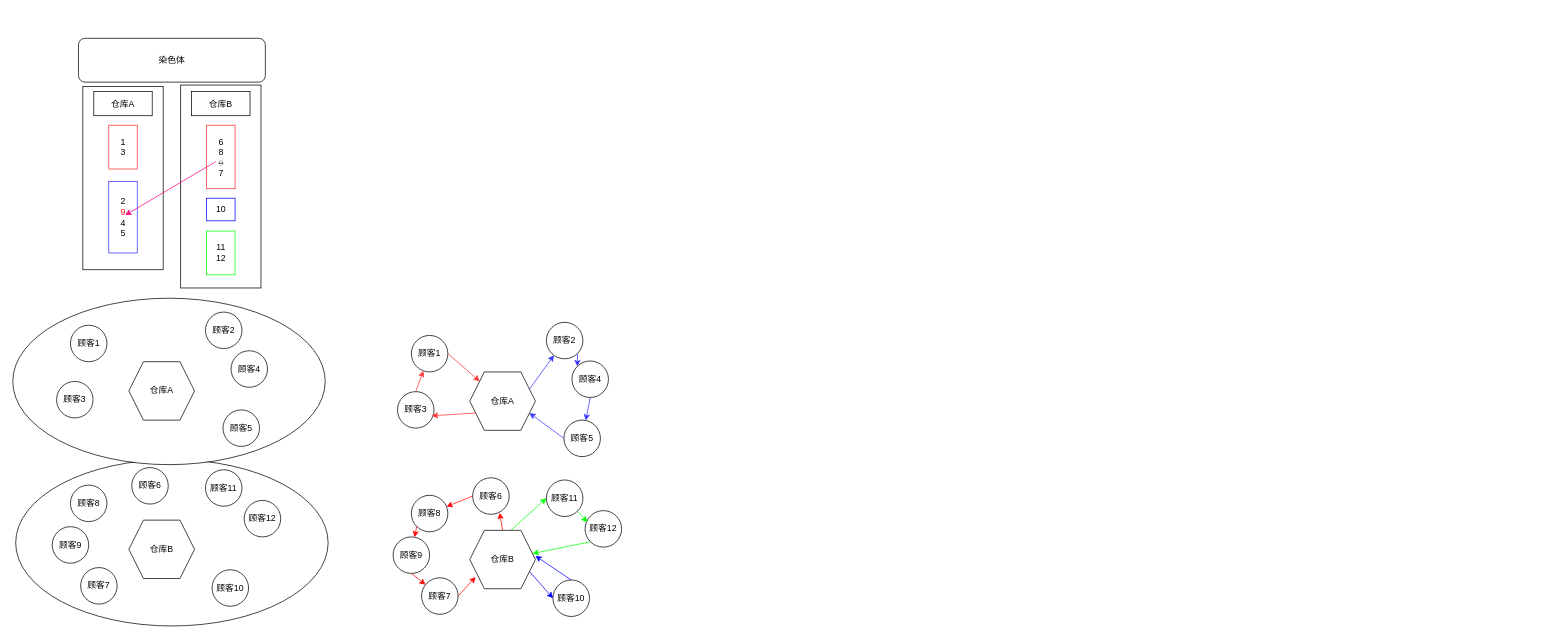
Earlier version of the draw.io diagram demo/染色体2.drawio (BoningZ/draw.io). Source tidied: cells renumbered, new cells numbered last; positions are measured from the earlier drawing's top-left corner, leaving out a move shared by most shapes. Both pictures are drawn from the tidied source at 73%, with x=0, y=0 at pixel (12, 38).
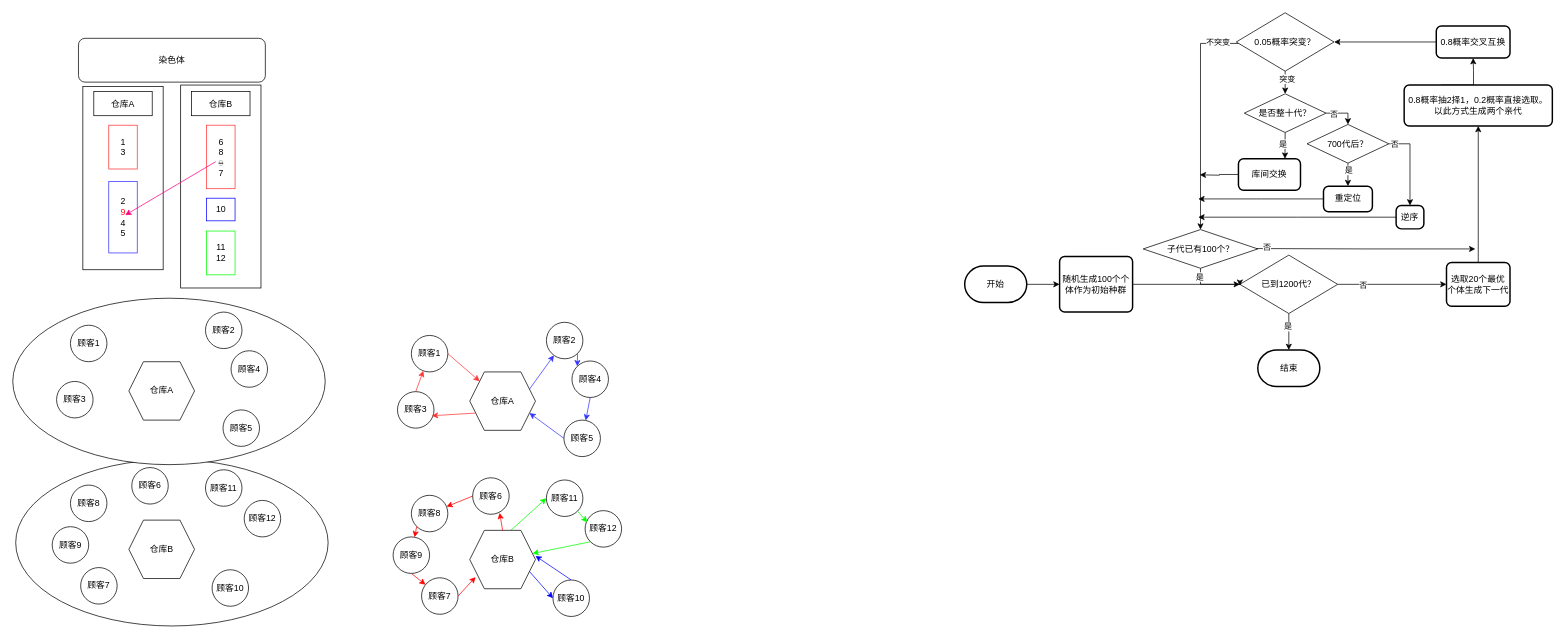
The same page after the edit.

Commit message (it also covers changes not shown here):
更新染色体2.drawio

Diff of the diagram source:
```diff
@@
+    <mxCell id="60" style="edgeStyle=orthogonalEdgeStyle;rounded=0;jettySize=auto;html=1;exitX=1;exitY=0.5;exitDx=0;exitDy=0;exitPerimeter=0;" parent="1" edge="1" source="61" target="63">
+      <mxGeometry relative="1" as="geometry" />
+    </mxCell>
+    <mxCell id="61" value="开始" style="strokeWidth=2;html=1;shape=mxgraph.flowchart.terminator;whiteSpace=wrap;" parent="1" vertex="1">
+      <mxGeometry x="1304" y="312" width="85" height="50" as="geometry" />
+    </mxCell>
+    <mxCell id="62" style="edgeStyle=orthogonalEdgeStyle;rounded=0;jettySize=auto;html=1;exitX=1;exitY=0.5;exitDx=0;exitDy=0;entryX=0;entryY=0.5;entryDx=0;entryDy=0;" parent="1" edge="1" source="63" target="70">
+      <mxGeometry relative="1" as="geometry" />
+    </mxCell>
+    <mxCell id="63" value="随机生成100个个体作为初始种群" style="rounded=1;whiteSpace=wrap;html=1;absoluteArcSize=1;arcSize=14;strokeWidth=2;" parent="1" vertex="1">
+      <mxGeometry x="1434" y="299" width="100" height="76" as="geometry" />
+    </mxCell>
+    <mxCell id="64" style="edgeStyle=orthogonalEdgeStyle;rounded=0;jettySize=auto;html=1;exitX=0.5;exitY=0;exitDx=0;exitDy=0;entryX=0.5;entryY=1;entryDx=0;entryDy=0;" parent="1" edge="1" source="65" target="73">
+      <mxGeometry relative="1" as="geometry" />
+    </mxCell>
+    <mxCell id="65" value="选取20个最优个体生成下一代" style="rounded=1;whiteSpace=wrap;html=1;absoluteArcSize=1;arcSize=14;strokeWidth=2;" parent="1" vertex="1">
+      <mxGeometry x="1964" y="307" width="87" height="60" as="geometry" />
+    </mxCell>
+    <mxCell id="66" style="edgeStyle=orthogonalEdgeStyle;rounded=0;jettySize=auto;html=1;exitX=1;exitY=0.5;exitDx=0;exitDy=0;entryX=0;entryY=0.5;entryDx=0;entryDy=0;" parent="1" edge="1" source="70" target="65">
+      <mxGeometry relative="1" as="geometry" />
+    </mxCell>
+    <mxCell id="67" value="否" style="edgeLabel;html=1;align=center;verticalAlign=middle;" parent="66" vertex="1">
+      <mxGeometry x="-0.55" y="-1" relative="1" as="geometry" />
+    </mxCell>
+    <mxCell id="68" style="edgeStyle=orthogonalEdgeStyle;rounded=0;jettySize=auto;html=1;exitX=0.5;exitY=1;exitDx=0;exitDy=0;entryX=0.5;entryY=0;entryDx=0;entryDy=0;entryPerimeter=0;" parent="1" edge="1" source="70" target="71">
+      <mxGeometry relative="1" as="geometry" />
+    </mxCell>
+    <mxCell id="69" value="是" style="edgeLabel;html=1;align=center;verticalAlign=middle;" parent="68" vertex="1">
+      <mxGeometry x="0.06" y="-2" relative="1" as="geometry">
+        <mxPoint y="-10" as="offset" />
+      </mxGeometry>
+    </mxCell>
+    <mxCell id="70" value="已到1200代？" style="rhombus;whiteSpace=wrap;html=1;" parent="1" vertex="1">
+      <mxGeometry x="1681" y="297" width="134" height="80" as="geometry" />
+    </mxCell>
+    <mxCell id="71" value="结束" style="strokeWidth=2;html=1;shape=mxgraph.flowchart.terminator;whiteSpace=wrap;" parent="1" vertex="1">
+      <mxGeometry x="1705.5" y="427" width="85" height="50" as="geometry" />
+    </mxCell>
+    <mxCell id="72" style="edgeStyle=orthogonalEdgeStyle;rounded=0;jettySize=auto;html=1;exitX=0.25;exitY=0;exitDx=0;exitDy=0;entryX=0.5;entryY=1;entryDx=0;entryDy=0;" parent="1" edge="1" source="73" target="75">
+      <mxGeometry relative="1" as="geometry">
+        <Array as="points">
+          <mxPoint x="2001" y="64" />
+          <mxPoint x="2001" y="44" />
+        </Array>
+      </mxGeometry>
+    </mxCell>
+    <mxCell id="73" value="0.8概率抽2择1，0.2概率直接选取。&lt;div&gt;以此方式生成两个亲代&lt;/div&gt;" style="rounded=1;whiteSpace=wrap;html=1;absoluteArcSize=1;arcSize=14;strokeWidth=2;" parent="1" vertex="1">
+      <mxGeometry x="1906" y="64" width="203" height="56" as="geometry" />
+    </mxCell>
+    <mxCell id="74" style="edgeStyle=orthogonalEdgeStyle;rounded=0;jettySize=auto;html=1;entryX=1;entryY=0.5;entryDx=0;entryDy=0;" parent="1" edge="1" source="75" target="78">
+      <mxGeometry relative="1" as="geometry" />
+    </mxCell>
+    <mxCell id="75" value="0.8概率交叉互换" style="rounded=1;whiteSpace=wrap;html=1;absoluteArcSize=1;arcSize=14;strokeWidth=2;" parent="1" vertex="1">
+      <mxGeometry x="1950" y="-17" width="101" height="44" as="geometry" />
+    </mxCell>
+    <mxCell id="76" style="edgeStyle=orthogonalEdgeStyle;rounded=0;jettySize=auto;html=1;entryX=0.5;entryY=0;entryDx=0;entryDy=0;" parent="1" edge="1" source="78" target="99">
+      <mxGeometry relative="1" as="geometry">
+        <Array as="points">
+          <mxPoint x="1627" y="7" />
+        </Array>
+      </mxGeometry>
+    </mxCell>
+    <mxCell id="77" value="不突变" style="edgeLabel;html=1;align=center;verticalAlign=middle;" parent="76" vertex="1">
+      <mxGeometry x="-0.81" y="-2" relative="1" as="geometry" />
+    </mxCell>
+    <mxCell id="78" value="0.05概率突变？" style="rhombus;whiteSpace=wrap;html=1;" parent="1" vertex="1">
+      <mxGeometry x="1676" y="-35" width="134" height="80" as="geometry" />
+    </mxCell>
+    <mxCell id="79" style="edgeStyle=orthogonalEdgeStyle;rounded=0;jettySize=auto;html=1;exitX=1;exitY=0.5;exitDx=0;exitDy=0;entryX=0.5;entryY=0;entryDx=0;entryDy=0;" parent="1" edge="1" source="83" target="90">
+      <mxGeometry relative="1" as="geometry" />
+    </mxCell>
+    <mxCell id="80" value="否" style="edgeLabel;html=1;align=center;verticalAlign=middle;" parent="79" vertex="1">
+      <mxGeometry x="-0.57" relative="1" as="geometry">
+        <mxPoint y="1" as="offset" />
+      </mxGeometry>
+    </mxCell>
+    <mxCell id="81" style="edgeStyle=orthogonalEdgeStyle;rounded=0;jettySize=auto;html=1;exitX=0.5;exitY=1;exitDx=0;exitDy=0;entryX=0.75;entryY=0;entryDx=0;entryDy=0;" parent="1" edge="1" source="83" target="92">
+      <mxGeometry relative="1" as="geometry" />
+    </mxCell>
+    <mxCell id="82" value="是" style="edgeLabel;html=1;align=center;verticalAlign=middle;" parent="81" vertex="1">
+      <mxGeometry x="-0.12" y="-3" relative="1" as="geometry" />
+    </mxCell>
+    <mxCell id="83" value="是否整十代？" style="rhombus;whiteSpace=wrap;html=1;" parent="1" vertex="1">
+      <mxGeometry x="1687" y="76" width="112" height="53" as="geometry" />
+    </mxCell>
+    <mxCell id="84" style="edgeStyle=orthogonalEdgeStyle;rounded=0;jettySize=auto;html=1;exitX=0.5;exitY=1;exitDx=0;exitDy=0;entryX=0.5;entryY=0;entryDx=0;entryDy=0;entryPerimeter=0;" parent="1" edge="1" source="78" target="83">
+      <mxGeometry relative="1" as="geometry" />
+    </mxCell>
+    <mxCell id="85" value="突变" style="edgeLabel;html=1;align=center;verticalAlign=middle;" parent="84" vertex="1">
+      <mxGeometry x="-0.33" y="2" relative="1" as="geometry" />
+    </mxCell>
+    <mxCell id="86" style="edgeStyle=orthogonalEdgeStyle;rounded=0;jettySize=auto;html=1;exitX=1;exitY=0.5;exitDx=0;exitDy=0;entryX=0.5;entryY=0;entryDx=0;entryDy=0;" parent="1" edge="1" source="90" target="94">
+      <mxGeometry relative="1" as="geometry" />
+    </mxCell>
+    <mxCell id="87" value="否" style="edgeLabel;html=1;align=center;verticalAlign=middle;" parent="86" vertex="1">
+      <mxGeometry x="-0.12" y="-3" relative="1" as="geometry">
+        <mxPoint x="-19" y="-21" as="offset" />
+      </mxGeometry>
+    </mxCell>
+    <mxCell id="88" style="edgeStyle=orthogonalEdgeStyle;rounded=0;jettySize=auto;html=1;exitX=0.5;exitY=1;exitDx=0;exitDy=0;entryX=0.5;entryY=0;entryDx=0;entryDy=0;" parent="1" edge="1" source="90" target="96">
+      <mxGeometry relative="1" as="geometry" />
+    </mxCell>
+    <mxCell id="89" value="是" style="edgeLabel;html=1;align=center;verticalAlign=middle;" parent="88" vertex="1">
+      <mxGeometry x="-0.43" relative="1" as="geometry" />
+    </mxCell>
+    <mxCell id="90" value="700代后？" style="rhombus;whiteSpace=wrap;html=1;" parent="1" vertex="1">
+      <mxGeometry x="1773" y="118" width="112" height="53" as="geometry" />
+    </mxCell>
+    <mxCell id="91" style="edgeStyle=orthogonalEdgeStyle;rounded=0;jettySize=auto;html=1;exitX=0;exitY=0.5;exitDx=0;exitDy=0;" parent="1" edge="1" source="92">
+      <mxGeometry relative="1" as="geometry">
+        <mxPoint x="1626" y="187" as="targetPoint" />
+      </mxGeometry>
+    </mxCell>
+    <mxCell id="92" value="库间交换" style="rounded=1;whiteSpace=wrap;html=1;absoluteArcSize=1;arcSize=14;strokeWidth=2;" parent="1" vertex="1">
+      <mxGeometry x="1679" y="165" width="85" height="43" as="geometry" />
+    </mxCell>
+    <mxCell id="93" style="edgeStyle=orthogonalEdgeStyle;rounded=0;jettySize=auto;html=1;exitX=0;exitY=0.5;exitDx=0;exitDy=0;" parent="1" edge="1" source="94">
+      <mxGeometry relative="1" as="geometry">
+        <mxPoint x="1624" y="245" as="targetPoint" />
+      </mxGeometry>
+    </mxCell>
+    <mxCell id="94" value="逆序" style="rounded=1;whiteSpace=wrap;html=1;absoluteArcSize=1;arcSize=14;strokeWidth=2;" parent="1" vertex="1">
+      <mxGeometry x="1895" y="229" width="38" height="32" as="geometry" />
+    </mxCell>
+    <mxCell id="95" style="edgeStyle=orthogonalEdgeStyle;rounded=0;jettySize=auto;html=1;exitX=0;exitY=0.5;exitDx=0;exitDy=0;" parent="1" edge="1" source="96">
+      <mxGeometry relative="1" as="geometry">
+        <mxPoint x="1624" y="220" as="targetPoint" />
+      </mxGeometry>
+    </mxCell>
+    <mxCell id="96" value="重定位" style="rounded=1;whiteSpace=wrap;html=1;absoluteArcSize=1;arcSize=14;strokeWidth=2;" parent="1" vertex="1">
+      <mxGeometry x="1795.5" y="202.5" width="67" height="35" as="geometry" />
+    </mxCell>
+    <mxCell id="97" style="edgeStyle=orthogonalEdgeStyle;rounded=0;orthogonalLoop=1;jettySize=auto;html=1;exitX=1;exitY=0.5;exitDx=0;exitDy=0;" parent="1" edge="1">
+      <mxGeometry relative="1" as="geometry">
+        <mxPoint x="1703" y="288" as="sourcePoint" />
+        <mxPoint x="2003.5" y="288.5" as="targetPoint" />
+      </mxGeometry>
+    </mxCell>
+    <mxCell id="98" value="否" style="edgeLabel;html=1;align=center;verticalAlign=middle;" parent="97" vertex="1">
+      <mxGeometry x="-0.95" y="2" relative="1" as="geometry">
+        <mxPoint x="6" as="offset" />
+      </mxGeometry>
+    </mxCell>
+    <mxCell id="99" value="子代已有100个？" style="rhombus;whiteSpace=wrap;html=1;" parent="1" vertex="1">
+      <mxGeometry x="1548.5" y="262" width="157" height="53" as="geometry" />
+    </mxCell>
+    <mxCell id="100" style="edgeStyle=orthogonalEdgeStyle;rounded=0;jettySize=auto;html=1;exitX=0.5;exitY=1;exitDx=0;exitDy=0;entryX=0;entryY=0.525;entryDx=0;entryDy=0;entryPerimeter=0;" parent="1" edge="1" source="99" target="70">
+      <mxGeometry relative="1" as="geometry">
+        <Array as="points">
+          <mxPoint x="1627" y="337" />
+          <mxPoint x="1681" y="337" />
+        </Array>
+      </mxGeometry>
+    </mxCell>
+    <mxCell id="101" value="是" style="edgeLabel;html=1;align=center;verticalAlign=middle;" parent="100" vertex="1">
+      <mxGeometry x="-0.72" y="-2" relative="1" as="geometry" />
+    </mxCell>
```
